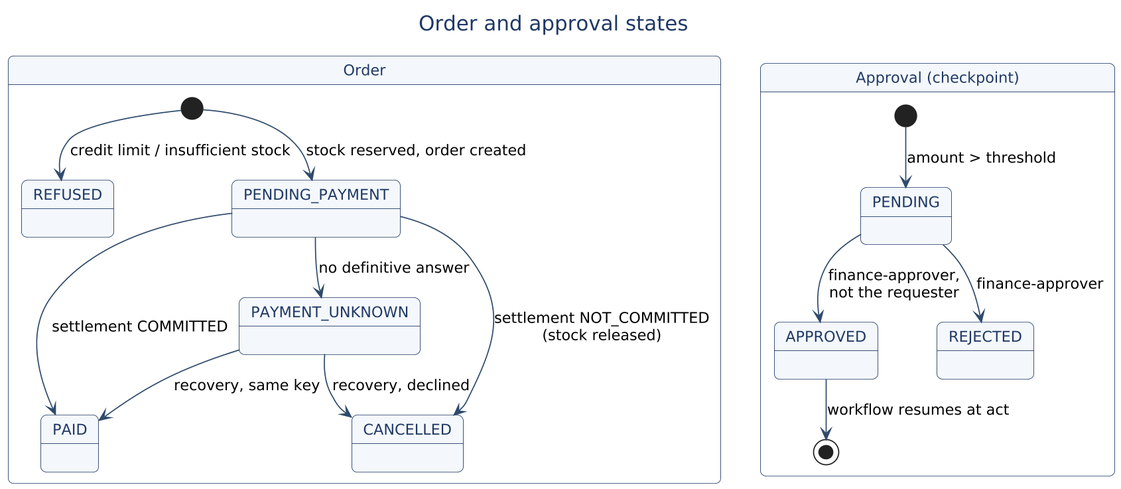
Earlier version of the PlantUML export docs/design/images/09_states.png (subhamviky/order-to-cash-agentic-ai). Its diagram source:
```plantuml
@startuml
!include ../common/style.puml
title Order and approval states
state "Order" as O {
  [*] --> REFUSED : credit limit / insufficient stock
  [*] --> PENDING_PAYMENT : stock reserved, order created
  PENDING_PAYMENT --> PAID : settlement COMMITTED
  PENDING_PAYMENT --> CANCELLED : settlement NOT_COMMITTED\n(stock released)
  PENDING_PAYMENT --> PAYMENT_UNKNOWN : no definitive answer
  PAYMENT_UNKNOWN --> PAID : recovery, same key
  PAYMENT_UNKNOWN --> CANCELLED : recovery, declined
}
state "Approval (checkpoint)" as AP {
  [*] --> PENDING : amount > threshold
  PENDING --> APPROVED : finance-approver,\nnot the requester
  PENDING --> REJECTED : finance-approver
  APPROVED --> [*] : workflow resumes at act
}
@enduml
```
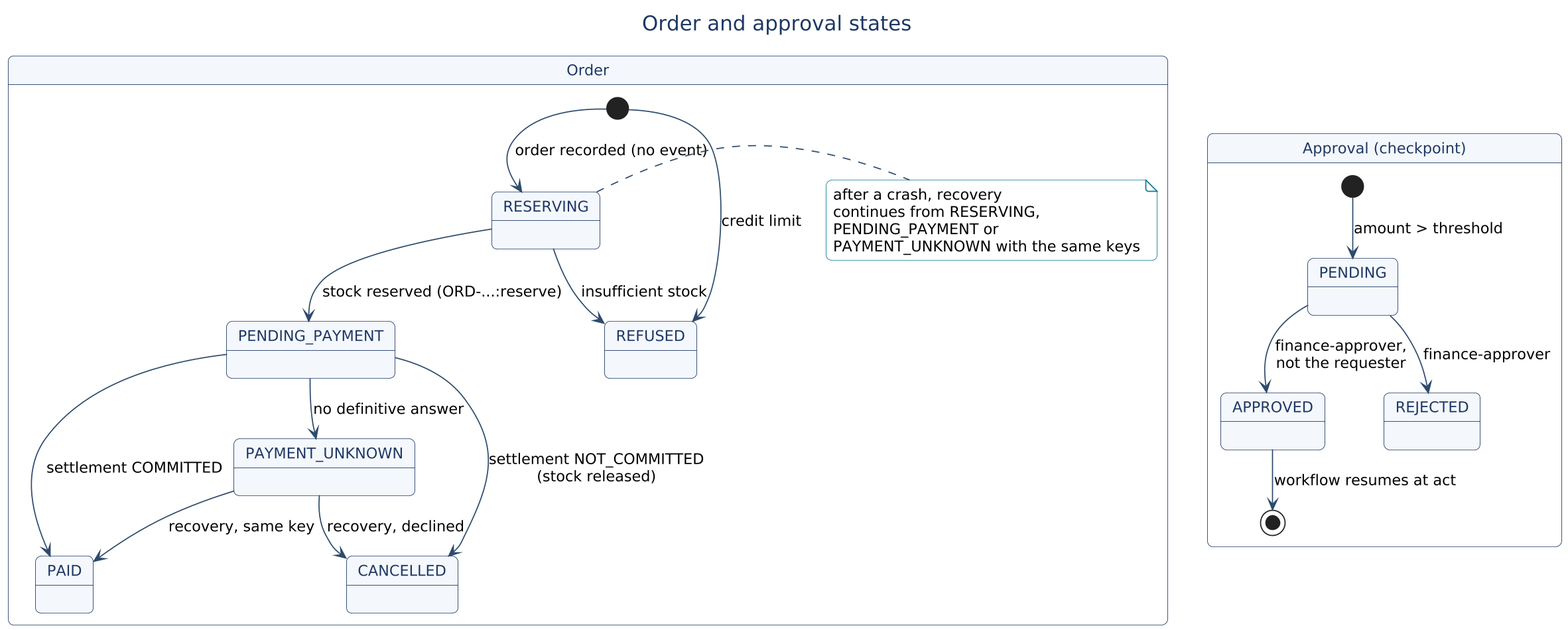
After the change.

The edit, as a diff of the source:
```diff
@@ -2,13 +2,16 @@
 !include ../common/style.puml
 title Order and approval states
 state "Order" as O {
-  [*] --> REFUSED : credit limit / insufficient stock
-  [*] --> PENDING_PAYMENT : stock reserved, order created
+  [*] --> REFUSED : credit limit
+  [*] --> RESERVING : order recorded (no event)
+  RESERVING --> PENDING_PAYMENT : stock reserved (ORD-...:reserve)
+  RESERVING --> REFUSED : insufficient stock
   PENDING_PAYMENT --> PAID : settlement COMMITTED
   PENDING_PAYMENT --> CANCELLED : settlement NOT_COMMITTED\n(stock released)
   PENDING_PAYMENT --> PAYMENT_UNKNOWN : no definitive answer
   PAYMENT_UNKNOWN --> PAID : recovery, same key
   PAYMENT_UNKNOWN --> CANCELLED : recovery, declined
+  note right of RESERVING : after a crash, recovery\ncontinues from RESERVING,\nPENDING_PAYMENT or\nPAYMENT_UNKNOWN with the same keys
 }
 state "Approval (checkpoint)" as AP {
   [*] --> PENDING : amount > threshold
```
